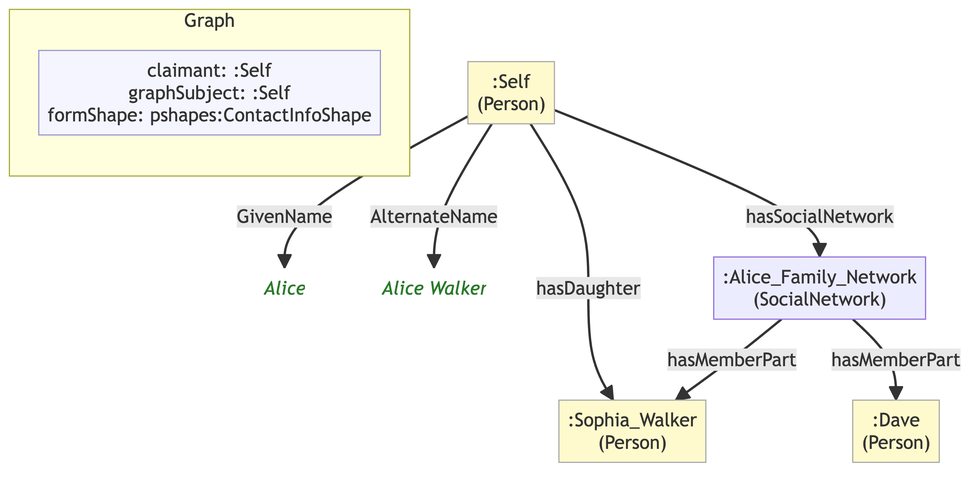
Above: example/graphs/images/graph-21.png in MeeFoundation/mia-ontologies (Mermaid), before the change. Its source is kept beside it as example/graphs/images/graph-21.mmd.
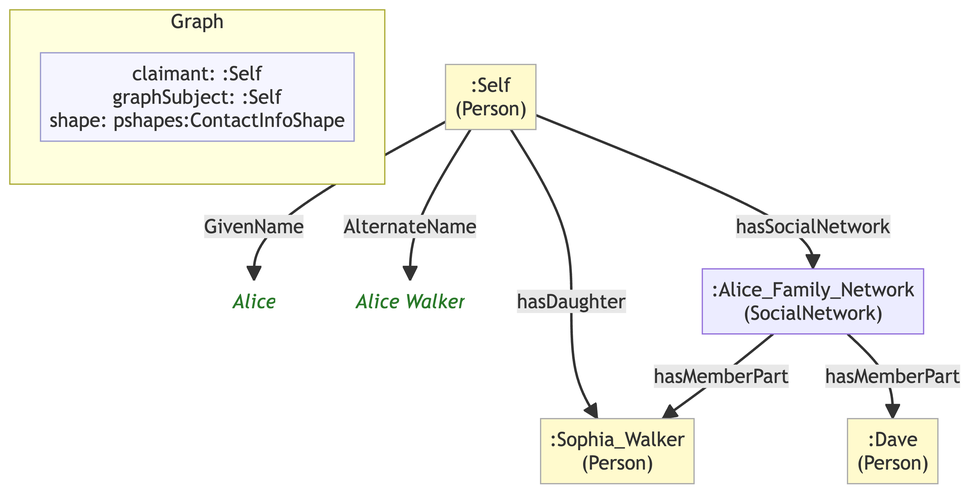
After the commit.

What changed in the source:
```diff
@@ -7,19 +7,19 @@
 
     subgraph ctx["Graph"]
         direction LR
-        ctx_meta["claimant: :Self\ngraphSubject: :Self\nformShape: pshapes:ContactInfoShape"]:::meta
+        ctx_meta["claimant: :Self\ngraphSubject: :Self\nshape: pshapes:ContactInfoShape"]:::meta
     end
 
     nc9c36369e5d0[":Alice_Family_Network\n(SocialNetwork)"]
     ndcbfaa4fbe46[":Sophia_Walker\n(Person)"]:::person
     nb69bdc5e9e9b[":Dave\n(Person)"]:::person
     n655e442e50be[":Self\n(Person)"]:::person
-    n1abdaaf1394a("Alice"):::lit
-    n4bde2d15726b("Alice Walker"):::lit
+    nf559da6f0b96("Alice"):::lit
+    nabf9b0359250("Alice Walker"):::lit
 
     nc9c36369e5d0 -->|"hasMemberPart"| ndcbfaa4fbe46
     nc9c36369e5d0 -->|"hasMemberPart"| nb69bdc5e9e9b
-    n655e442e50be -->|"GivenName"| n1abdaaf1394a
-    n655e442e50be -->|"AlternateName"| n4bde2d15726b
+    n655e442e50be -->|"GivenName"| nf559da6f0b96
+    n655e442e50be -->|"AlternateName"| nabf9b0359250
     n655e442e50be -->|"hasDaughter"| ndcbfaa4fbe46
     n655e442e50be -->|"hasSocialNetwork"| nc9c36369e5d0
```
